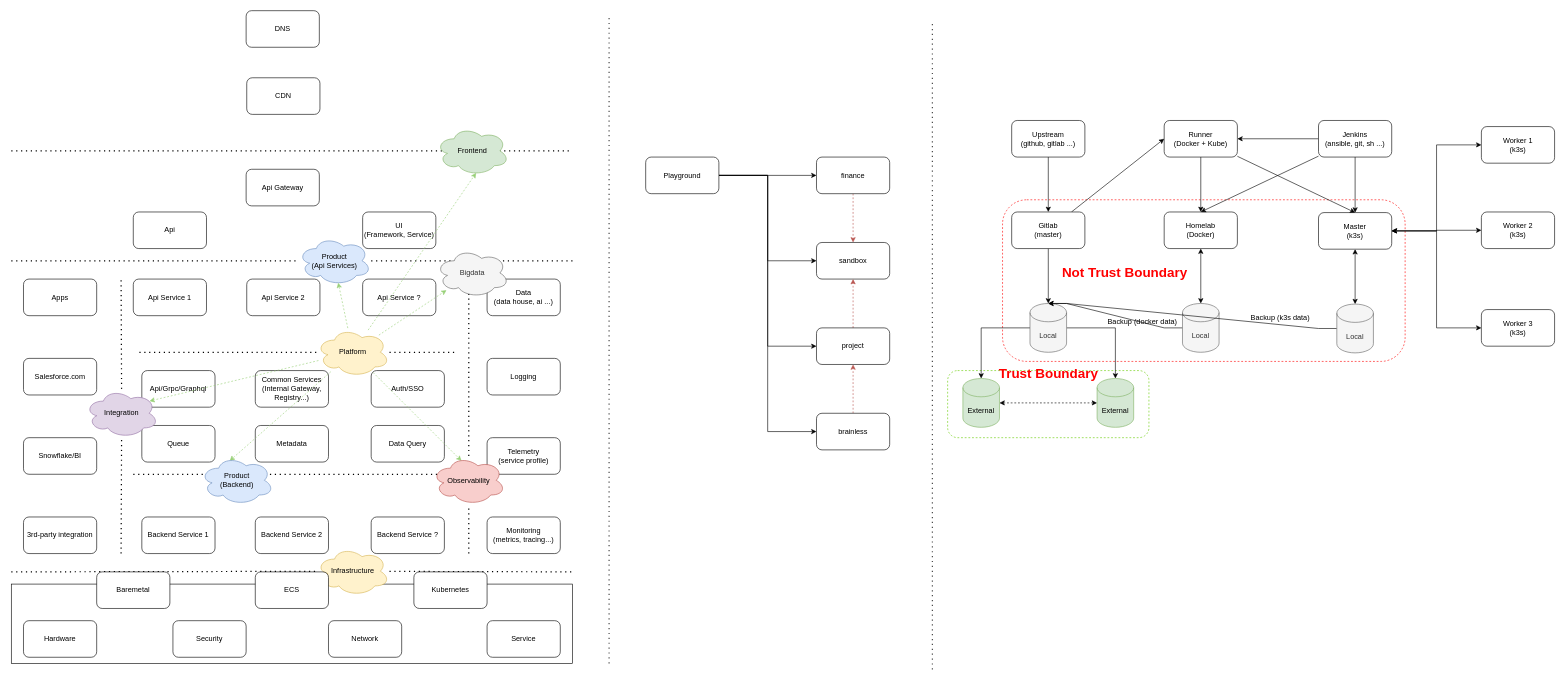
The draw.io diagram gitlab_backup.drawio in jiangtao7/draw.io, before the edit. Source tidied: cells renumbered, new cells numbered last; positions are measured from the earlier drawing's top-left corner, leaving out a move shared by most shapes. Both pictures are drawn from the tidied source at 61%, with x=0, y=0 at pixel (11, 10).
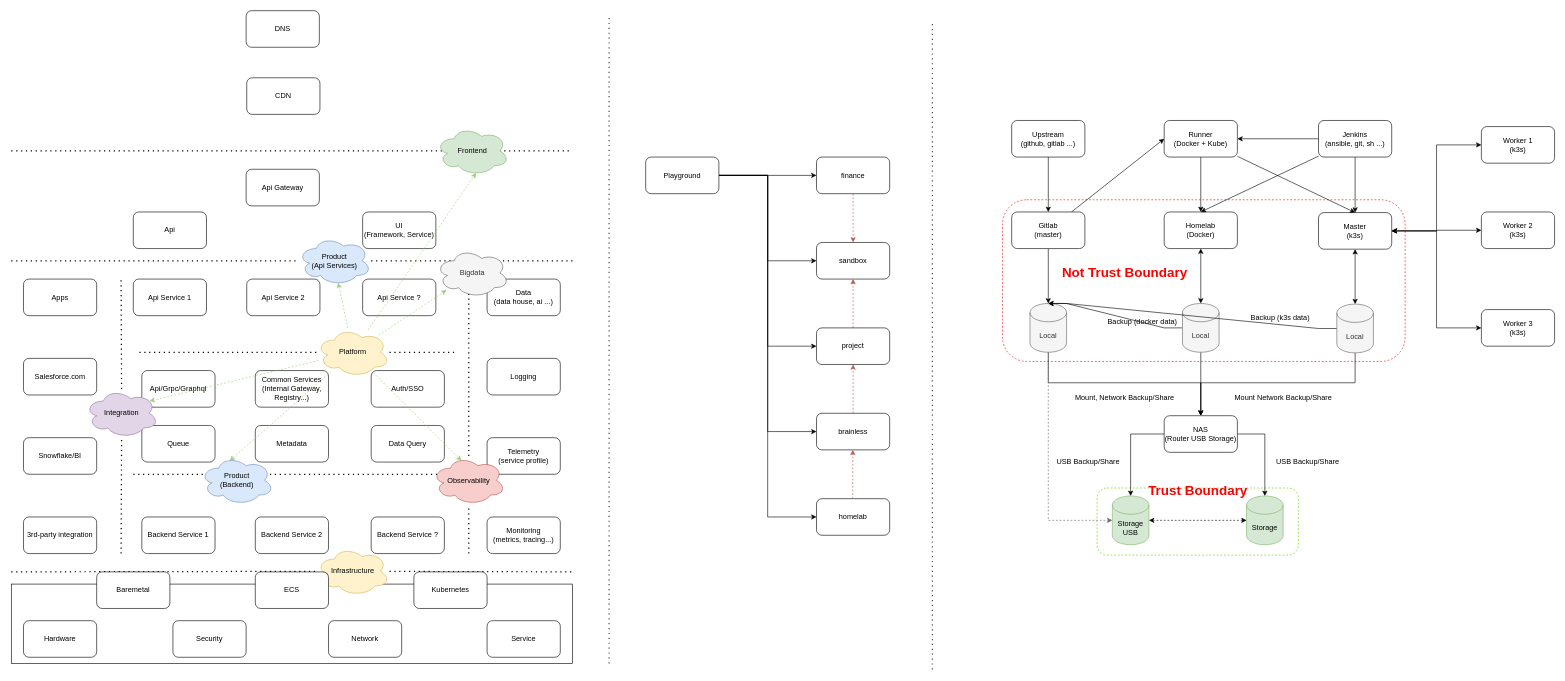
The same diagram, later.

Unchanged cells that the change refers to:
```xml
<mxCell id="68" value="Playground" style="rounded=1;whiteSpace=wrap;html=1;" parent="1" vertex="1">
  <mxGeometry x="1040" y="240" width="120" height="60" as="geometry" />
</mxCell>
<mxCell id="89" value="Local" style="shape=cylinder3;whiteSpace=wrap;html=1;boundedLbl=1;backgroundOutline=1;size=15;fillColor=#f5f5f5;fontColor=#333333;strokeColor=#666666;" parent="1" vertex="1">
  <mxGeometry x="1670" y="480" width="60" height="80" as="geometry" />
</mxCell>
<mxCell id="91" value="Local" style="shape=cylinder3;whiteSpace=wrap;html=1;boundedLbl=1;backgroundOutline=1;size=15;fillColor=#f5f5f5;fontColor=#333333;strokeColor=#666666;" parent="1" vertex="1">
  <mxGeometry x="1920" y="480" width="60" height="80" as="geometry" />
</mxCell>
<mxCell id="93" value="Local" style="shape=cylinder3;whiteSpace=wrap;html=1;boundedLbl=1;backgroundOutline=1;size=15;fillColor=#f5f5f5;fontColor=#333333;strokeColor=#666666;" parent="1" vertex="1">
  <mxGeometry x="2173" y="481" width="60" height="80" as="geometry" />
</mxCell>
```

What changed in the source:
```diff
@@
-    <mxCell id="2" style="rounded=1;whiteSpace=wrap;html=1;dashed=1;fillColor=none;strokeColor=#66CC00;" parent="1" vertex="1">
-      <mxGeometry x="1535" y="590" width="330" height="110" as="geometry" />
-    </mxCell>
@@
+    <mxCell id="113" style="edgeStyle=orthogonalEdgeStyle;rounded=0;jettySize=auto;html=1;entryX=0;entryY=0.5;entryDx=0;entryDy=0;" parent="1" edge="1" source="68" target="117">
+      <mxGeometry relative="1" as="geometry" />
+    </mxCell>
@@
+    <mxCell id="114" style="edgeStyle=orthogonalEdgeStyle;rounded=0;jettySize=auto;html=1;entryX=0.5;entryY=0;entryDx=0;entryDy=0;" parent="1" edge="1" source="89" target="122">
+      <mxGeometry relative="1" as="geometry">
+        <Array as="points">
+          <mxPoint x="1700" y="610" />
+          <mxPoint x="1950" y="610" />
+        </Array>
+      </mxGeometry>
+    </mxCell>
-    <mxCell id="87" style="edgeStyle=orthogonalEdgeStyle;rounded=0;jettySize=auto;html=1;entryX=0.5;entryY=0;entryDx=0;entryDy=0;entryPerimeter=0;startArrow=none;startFill=0;" parent="1" edge="1" source="89" target="95">
-      <mxGeometry relative="1" as="geometry" />
+    <mxCell id="87" style="edgeStyle=orthogonalEdgeStyle;rounded=0;jettySize=auto;html=1;entryX=0;entryY=0.5;entryDx=0;entryDy=0;entryPerimeter=0;dashed=1;fillColor=#f5f5f5;strokeColor=#666666;" parent="1" edge="1" source="89" target="95">
+      <mxGeometry relative="1" as="geometry">
+        <Array as="points">
+          <mxPoint x="1700" y="836" />
+        </Array>
+      </mxGeometry>
     </mxCell>
-    <mxCell id="88" style="edgeStyle=orthogonalEdgeStyle;rounded=0;jettySize=auto;html=1;entryX=0.5;entryY=0;entryDx=0;entryDy=0;entryPerimeter=0;startArrow=none;startFill=0;" parent="1" edge="1" source="89" target="96">
-      <mxGeometry relative="1" as="geometry" />
-    </mxCell>
@@
+    <mxCell id="115" style="edgeStyle=orthogonalEdgeStyle;rounded=0;jettySize=auto;html=1;entryX=0.5;entryY=0;entryDx=0;entryDy=0;" parent="1" edge="1" source="91" target="122">
+      <mxGeometry relative="1" as="geometry" />
+    </mxCell>
@@
+    <mxCell id="116" style="edgeStyle=orthogonalEdgeStyle;rounded=0;jettySize=auto;html=1;entryX=0.5;entryY=0;entryDx=0;entryDy=0;" parent="1" edge="1" source="93" target="122">
+      <mxGeometry relative="1" as="geometry">
+        <Array as="points">
+          <mxPoint x="2203" y="610" />
+          <mxPoint x="1950" y="610" />
+        </Array>
+      </mxGeometry>
+    </mxCell>
@@
-    <mxCell id="94" style="edgeStyle=orthogonalEdgeStyle;rounded=0;jettySize=auto;html=1;entryX=0;entryY=0.5;entryDx=0;entryDy=0;entryPerimeter=0;startArrow=classic;startFill=1;dashed=1;" parent="1" edge="1" source="95" target="96">
-      <mxGeometry relative="1" as="geometry" />
-    </mxCell>
-    <mxCell id="95" value="External" style="shape=cylinder3;whiteSpace=wrap;html=1;boundedLbl=1;backgroundOutline=1;size=15;fillColor=#d5e8d4;strokeColor=#82b366;" parent="1" vertex="1">
-      <mxGeometry x="1560" y="603" width="60" height="80" as="geometry" />
-    </mxCell>
-    <mxCell id="96" value="External" style="shape=cylinder3;whiteSpace=wrap;html=1;boundedLbl=1;backgroundOutline=1;size=15;fillColor=#d5e8d4;strokeColor=#82b366;" parent="1" vertex="1">
-      <mxGeometry x="1780" y="603" width="60" height="80" as="geometry" />
-    </mxCell>
@@
-    <mxCell id="102" value="Trust Boundary" style="text;html=1;align=center;verticalAlign=middle;strokeColor=none;fillColor=none;fontColor=#FF0000;fontStyle=1;fontSize=22;" parent="1" vertex="1">
-      <mxGeometry x="1605" y="575" width="190" height="40" as="geometry" />
-    </mxCell>
@@
+    <mxCell id="117" value="homelab" style="rounded=1;whiteSpace=wrap;html=1;" parent="1" vertex="1">
+      <mxGeometry x="1320" y="800" width="120" height="60" as="geometry" />
+    </mxCell>
+    <mxCell id="118" style="edgeStyle=orthogonalEdgeStyle;rounded=0;orthogonalLoop=1;jettySize=auto;html=1;entryX=0.5;entryY=1;entryDx=0;entryDy=0;dashed=1;fillColor=#f8cecc;strokeColor=#b85450;" parent="1" edge="1">
+      <mxGeometry relative="1" as="geometry">
+        <mxPoint x="1379.5" y="800" as="sourcePoint" />
+        <mxPoint x="1379.5" y="720" as="targetPoint" />
+      </mxGeometry>
+    </mxCell>
+    <mxCell id="119" style="group;" parent="1" vertex="1">
+      <mxGeometry x="1780" y="767.5" width="330" height="125" as="geometry" />
+    </mxCell>
+    <mxCell id="2" style="rounded=1;whiteSpace=wrap;html=1;dashed=1;fillColor=none;strokeColor=#66CC00;" parent="119" vertex="1">
+      <mxGeometry y="15" width="330" height="110" as="geometry" />
+    </mxCell>
+    <mxCell id="95" value="Storage&lt;br&gt;USB" style="shape=cylinder3;whiteSpace=wrap;html=1;boundedLbl=1;backgroundOutline=1;size=15;fillColor=#d5e8d4;strokeColor=#82b366;" parent="119" vertex="1">
+      <mxGeometry x="25" y="28" width="60" height="80" as="geometry" />
+    </mxCell>
+    <mxCell id="96" value="Storage" style="shape=cylinder3;whiteSpace=wrap;html=1;boundedLbl=1;backgroundOutline=1;size=15;fillColor=#d5e8d4;strokeColor=#82b366;" parent="119" vertex="1">
+      <mxGeometry x="245" y="28" width="60" height="80" as="geometry" />
+    </mxCell>
+    <mxCell id="94" style="edgeStyle=orthogonalEdgeStyle;rounded=0;jettySize=auto;html=1;entryX=0;entryY=0.5;entryDx=0;entryDy=0;entryPerimeter=0;startArrow=classic;startFill=1;dashed=1;" parent="119" edge="1" source="95" target="96">
+      <mxGeometry relative="1" as="geometry" />
+    </mxCell>
+    <mxCell id="102" value="Trust Boundary" style="text;html=1;align=center;verticalAlign=middle;strokeColor=none;fillColor=none;fontColor=#FF0000;fontStyle=1;fontSize=22;" parent="119" vertex="1">
+      <mxGeometry x="70" width="190" height="40" as="geometry" />
+    </mxCell>
+    <mxCell id="120" style="edgeStyle=orthogonalEdgeStyle;rounded=0;jettySize=auto;html=1;entryX=0.5;entryY=0;entryDx=0;entryDy=0;entryPerimeter=0;" parent="1" edge="1" source="122" target="95">
+      <mxGeometry relative="1" as="geometry" />
+    </mxCell>
+    <mxCell id="121" style="edgeStyle=orthogonalEdgeStyle;rounded=0;jettySize=auto;html=1;entryX=0.5;entryY=0;entryDx=0;entryDy=0;entryPerimeter=0;" parent="1" edge="1" source="122" target="96">
+      <mxGeometry relative="1" as="geometry" />
+    </mxCell>
+    <mxCell id="122" value="NAS&lt;br&gt;(Router USB Storage)" style="rounded=1;whiteSpace=wrap;html=1;" parent="1" vertex="1">
+      <mxGeometry x="1890" y="664" width="120" height="60" as="geometry" />
+    </mxCell>
+    <mxCell id="123" value="Mount, Network Backup/Share" style="text;html=1;align=center;verticalAlign=middle;strokeColor=none;fillColor=none;" parent="1" vertex="1">
+      <mxGeometry x="1730" y="620" width="190" height="30" as="geometry" />
+    </mxCell>
+    <mxCell id="124" value="Mount Network Backup/Share" style="text;html=1;align=center;verticalAlign=middle;strokeColor=none;fillColor=none;" parent="1" vertex="1">
+      <mxGeometry x="1995" y="620" width="180" height="30" as="geometry" />
+    </mxCell>
+    <mxCell id="125" value="USB Backup/Share" style="text;html=1;align=center;verticalAlign=middle;strokeColor=none;fillColor=none;" parent="1" vertex="1">
+      <mxGeometry x="2060" y="724" width="130" height="30" as="geometry" />
+    </mxCell>
+    <mxCell id="126" value="USB Backup/Share" style="text;html=1;align=center;verticalAlign=middle;strokeColor=none;fillColor=none;" parent="1" vertex="1">
+      <mxGeometry x="1700" y="724" width="130" height="30" as="geometry" />
+    </mxCell>
```
